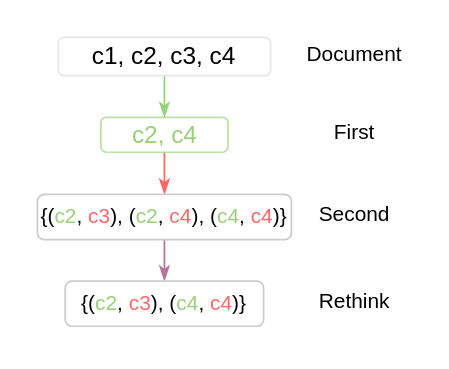
zhoucz97/paper_figure keeps this draw.io diagram as figure1c.drawio. Above is the earlier version. Source tidied: cells renumbered, new cells numbered last; positions are measured from the earlier drawing's top-left corner, leaving out a move shared by most shapes. Both pictures are drawn from the tidied source at 174%, with x=0, y=0 at pixel (37, 37).
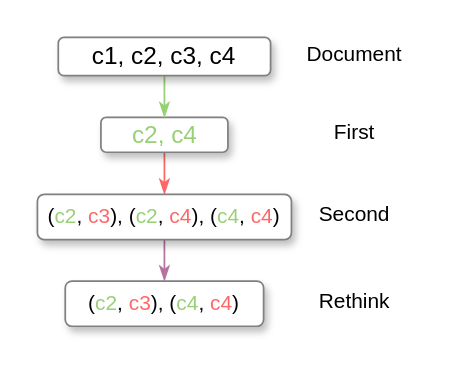
The same page after the edit.

Change to the diagram source:
```diff
@@
 <mxGraphModel>
   <root>
     <mxCell id="0" />
     <mxCell id="1" parent="0" />
     <mxCell id="2" style="edgeStyle=orthogonalEdgeStyle;rounded=0;jettySize=auto;html=1;entryX=0.5;entryY=0;entryDx=0;entryDy=0;strokeColor=#FF6666;endArrow=classicThin;endFill=1;" parent="1" edge="1" source="3" target="9">
       <mxGeometry relative="1" as="geometry" />
     </mxCell>
-    <mxCell id="3" value="&lt;font style=&quot;font-size: 14px&quot; color=&quot;#97d077&quot;&gt;c2, c4&lt;/font&gt;" style="rounded=1;whiteSpace=wrap;html=1;strokeWidth=1;strokeColor=#B9E0A5;sketch=0;" parent="1" vertex="1">
+    <mxCell id="3" value="&lt;font style=&quot;font-size: 14px&quot; color=&quot;#97d077&quot;&gt;c2, c4&lt;/font&gt;" style="rounded=1;whiteSpace=wrap;html=1;strokeWidth=1;sketch=0;glass=0;shadow=1;strokeColor=#808080;" parent="1" vertex="1">
       <mxGeometry x="36.5" y="46" width="73" height="20" as="geometry" />
     </mxCell>
     <mxCell id="4" style="edgeStyle=orthogonalEdgeStyle;rounded=0;jettySize=auto;html=1;strokeColor=#97D077;endArrow=classicThin;endFill=1;" parent="1" edge="1" source="5" target="3">
       <mxGeometry relative="1" as="geometry" />
     </mxCell>
-    <mxCell id="5" value="&lt;font style=&quot;font-size: 14px&quot;&gt;c1, c2, c3, c4&lt;/font&gt;" style="rounded=1;whiteSpace=wrap;html=1;strokeWidth=1;strokeColor=#E6E6E6;perimeterSpacing=0;" parent="1" vertex="1">
+    <mxCell id="5" value="&lt;font style=&quot;font-size: 14px&quot;&gt;c1, c2, c3, c4&lt;/font&gt;" style="rounded=1;whiteSpace=wrap;html=1;strokeWidth=1;perimeterSpacing=0;shadow=1;sketch=0;glass=0;strokeColor=#808080;" parent="1" vertex="1">
       <mxGeometry x="12" width="122" height="22" as="geometry" />
     </mxCell>
     <mxCell id="6" value="First" style="text;html=1;strokeColor=none;fillColor=none;align=center;verticalAlign=middle;whiteSpace=wrap;rounded=0;" parent="1" vertex="1">
       <mxGeometry x="146" y="45" width="73" height="20" as="geometry" />
     </mxCell>
     <mxCell id="7" value="Second" style="text;html=1;strokeColor=none;fillColor=none;align=center;verticalAlign=middle;whiteSpace=wrap;rounded=0;" parent="1" vertex="1">
       <mxGeometry x="146" y="92.2" width="73" height="20" as="geometry" />
     </mxCell>
     <mxCell id="8" style="edgeStyle=orthogonalEdgeStyle;rounded=0;jettySize=auto;html=1;strokeColor=#B5739D;endArrow=classicThin;endFill=1;" parent="1" edge="1" source="9" target="10">
       <mxGeometry relative="1" as="geometry" />
     </mxCell>
-    <mxCell id="9" value="&lt;font style=&quot;font-size: 12px&quot;&gt;{(&lt;font color=&quot;#97d077&quot;&gt;c2&lt;/font&gt;, &lt;font color=&quot;#ff6666&quot;&gt;c3&lt;/font&gt;), (&lt;font color=&quot;#97d077&quot;&gt;c2&lt;/font&gt;, &lt;font color=&quot;#ff6666&quot;&gt;c4&lt;/font&gt;), (&lt;font color=&quot;#97d077&quot;&gt;c4&lt;/font&gt;, &lt;font color=&quot;#ff6666&quot;&gt;c4&lt;/font&gt;)}&lt;/font&gt;" style="rounded=1;whiteSpace=wrap;html=1;strokeWidth=1;sketch=0;strokeColor=#CCCCCC;" parent="1" vertex="1">
+    <mxCell id="9" value="&lt;font style=&quot;font-size: 12px&quot;&gt;(&lt;font color=&quot;#97d077&quot;&gt;c2&lt;/font&gt;, &lt;font color=&quot;#ff6666&quot;&gt;c3&lt;/font&gt;), (&lt;font color=&quot;#97d077&quot;&gt;c2&lt;/font&gt;, &lt;font color=&quot;#ff6666&quot;&gt;c4&lt;/font&gt;), (&lt;font color=&quot;#97d077&quot;&gt;c4&lt;/font&gt;, &lt;font color=&quot;#ff6666&quot;&gt;c4&lt;/font&gt;)&lt;/font&gt;" style="rounded=1;whiteSpace=wrap;html=1;strokeWidth=1;sketch=0;shadow=1;strokeColor=#808080;" parent="1" vertex="1">
       <mxGeometry y="90.2" width="146" height="26" as="geometry" />
     </mxCell>
-    <mxCell id="10" value="&lt;font style=&quot;font-size: 12px&quot;&gt;{(&lt;font color=&quot;#97d077&quot;&gt;c2&lt;/font&gt;, &lt;font color=&quot;#ff6666&quot;&gt;c3&lt;/font&gt;), (&lt;font color=&quot;#97d077&quot;&gt;c4&lt;/font&gt;, &lt;font color=&quot;#ff6666&quot;&gt;c4&lt;/font&gt;)}&lt;/font&gt;" style="rounded=1;whiteSpace=wrap;html=1;strokeWidth=1;sketch=0;strokeColor=#CCCCCC;" parent="1" vertex="1">
+    <mxCell id="10" value="&lt;font style=&quot;font-size: 12px&quot;&gt;(&lt;font color=&quot;#97d077&quot;&gt;c2&lt;/font&gt;, &lt;font color=&quot;#ff6666&quot;&gt;c3&lt;/font&gt;), (&lt;font color=&quot;#97d077&quot;&gt;c4&lt;/font&gt;, &lt;font color=&quot;#ff6666&quot;&gt;c4&lt;/font&gt;)&lt;/font&gt;" style="rounded=1;whiteSpace=wrap;html=1;strokeWidth=1;sketch=0;shadow=1;strokeColor=#808080;" parent="1" vertex="1">
       <mxGeometry x="16" y="140" width="114" height="26" as="geometry" />
     </mxCell>
     <mxCell id="11" value="Rethink" style="text;html=1;strokeColor=none;fillColor=none;align=center;verticalAlign=middle;whiteSpace=wrap;rounded=0;" parent="1" vertex="1">
       <mxGeometry x="146" y="142" width="73" height="20" as="geometry" />
     </mxCell>
     <mxCell id="12" value="Document" style="text;html=1;strokeColor=none;fillColor=none;align=center;verticalAlign=middle;whiteSpace=wrap;rounded=0;" parent="1" vertex="1">
       <mxGeometry x="146" width="73" height="20" as="geometry" />
     </mxCell>
   </root>
 </mxGraphModel>
```
